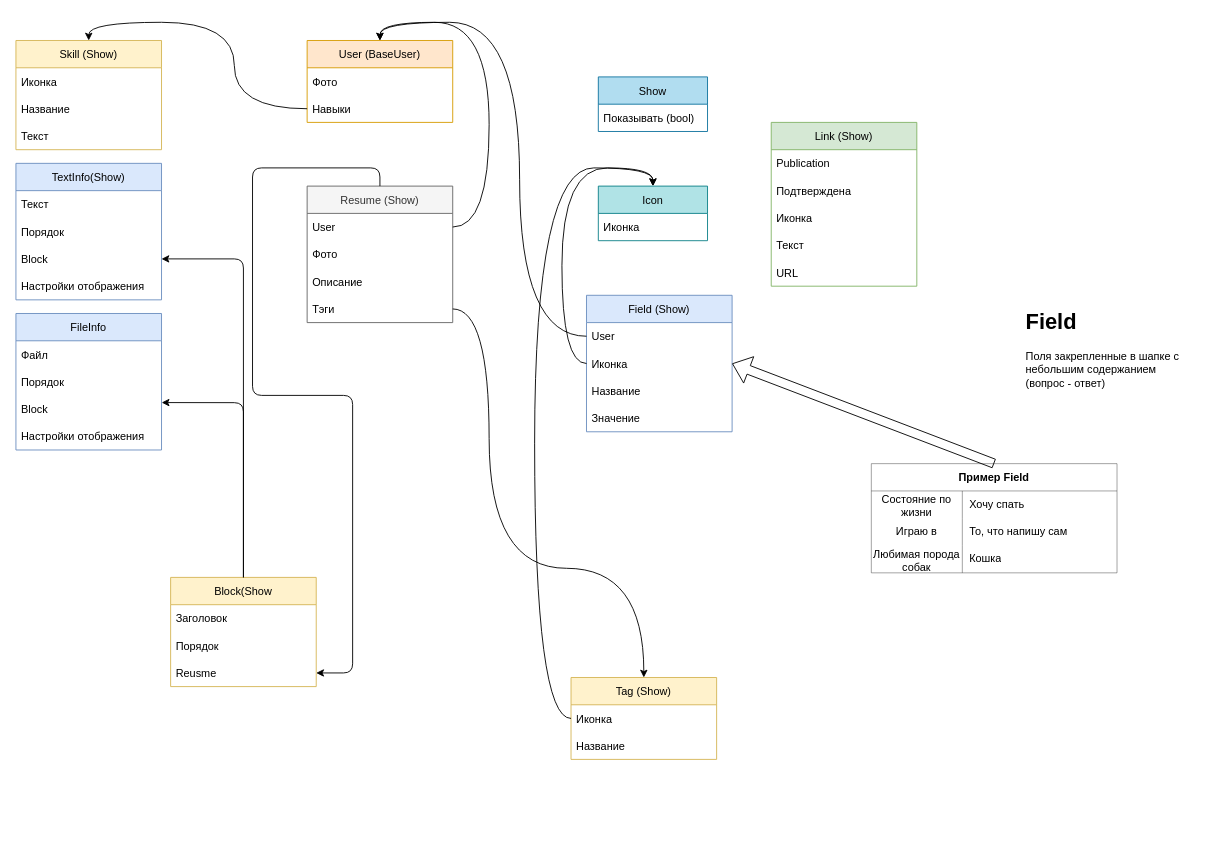
The draw.io diagram page "Page-4" (4 of 4) of db.drawio in YandexLyceumPP/Resume, before the edit. Source tidied: cells renumbered, new cells numbered last; positions are measured from the earlier drawing's top-left corner, leaving out a move shared by most shapes. Both pictures are drawn from the tidied source at 91%, with x=0, y=0 at pixel (15, 22).
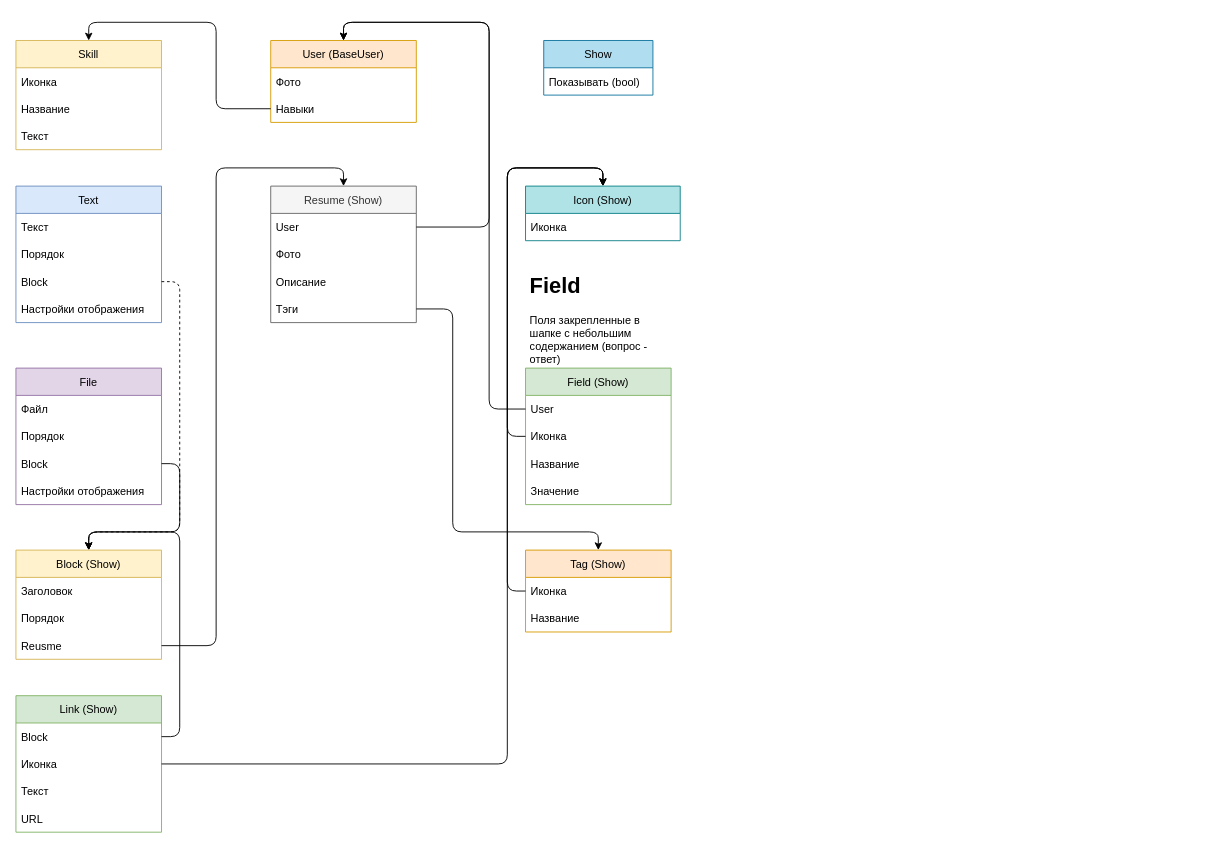
After the change.

The change refers to these unchanged cells:
```xml
<mxCell id="4" value="Навыки" style="text;strokeColor=none;fillColor=none;align=left;verticalAlign=middle;spacingLeft=4;spacingRight=4;overflow=hidden;points=[[0,0.5],[1,0.5]];portConstraint=eastwest;" parent="2" vertex="1">
  <mxGeometry y="60" width="160" height="30" as="geometry" />
</mxCell>
<mxCell id="14" value="User" style="text;strokeColor=none;fillColor=none;align=left;verticalAlign=middle;spacingLeft=4;spacingRight=4;overflow=hidden;points=[[0,0.5],[1,0.5]];portConstraint=eastwest;" parent="13" vertex="1">
  <mxGeometry y="30" width="160" height="30" as="geometry" />
</mxCell>
<mxCell id="15" value="Иконка" style="text;strokeColor=none;fillColor=none;align=left;verticalAlign=middle;spacingLeft=4;spacingRight=4;overflow=hidden;points=[[0,0.5],[1,0.5]];portConstraint=eastwest;" parent="13" vertex="1">
  <mxGeometry y="60" width="160" height="30" as="geometry" />
</mxCell>
<mxCell id="37" value="Иконка" style="text;strokeColor=none;fillColor=none;align=left;verticalAlign=middle;spacingLeft=4;spacingRight=4;overflow=hidden;points=[[0,0.5],[1,0.5]];portConstraint=eastwest;" parent="36" vertex="1">
  <mxGeometry y="30" width="160" height="30" as="geometry" />
</mxCell>
<mxCell id="40" value="User" style="text;strokeColor=none;fillColor=none;align=left;verticalAlign=middle;spacingLeft=4;spacingRight=4;overflow=hidden;points=[[0,0.5],[1,0.5]];portConstraint=eastwest;" parent="39" vertex="1">
  <mxGeometry y="30" width="160" height="30" as="geometry" />
</mxCell>
<mxCell id="43" value="Тэги" style="text;strokeColor=none;fillColor=none;align=left;verticalAlign=middle;spacingLeft=4;spacingRight=4;overflow=hidden;points=[[0,0.5],[1,0.5]];portConstraint=eastwest;" parent="39" vertex="1">
  <mxGeometry y="120" width="160" height="30" as="geometry" />
</mxCell>
<mxCell id="53" value="Reusme" style="text;strokeColor=none;fillColor=none;align=left;verticalAlign=middle;spacingLeft=4;spacingRight=4;overflow=hidden;points=[[0,0.5],[1,0.5]];portConstraint=eastwest;" parent="50" vertex="1">
  <mxGeometry y="90" width="160" height="30" as="geometry" />
</mxCell>
<mxCell id="57" value="Block" style="text;strokeColor=none;fillColor=none;align=left;verticalAlign=middle;spacingLeft=4;spacingRight=4;overflow=hidden;points=[[0,0.5],[1,0.5]];portConstraint=eastwest;" parent="54" vertex="1">
  <mxGeometry y="90" width="160" height="30" as="geometry" />
</mxCell>
<mxCell id="62" value="Block" style="text;strokeColor=none;fillColor=none;align=left;verticalAlign=middle;spacingLeft=4;spacingRight=4;overflow=hidden;points=[[0,0.5],[1,0.5]];portConstraint=eastwest;" parent="59" vertex="1">
  <mxGeometry y="90" width="160" height="30" as="geometry" />
</mxCell>
```

Diff of the diagram source:
```diff
@@
     <mxCell id="2" value="User (BaseUser)" style="swimlane;fontStyle=0;horizontal=1;startSize=30;fillColor=#ffe6cc;strokeColor=#d79b00;" parent="1" vertex="1">
-      <mxGeometry x="320" y="20" width="160" height="90" as="geometry" />
+      <mxGeometry x="280" y="20" width="160" height="90" as="geometry" />
     </mxCell>
@@
     <mxCell id="5" value="Link (Show)" style="swimlane;fontStyle=0;horizontal=1;startSize=30;fillColor=#d5e8d4;strokeColor=#82b366;" parent="1" vertex="1">
-      <mxGeometry x="830" y="110" width="160" height="180" as="geometry" />
+      <mxGeometry y="740" width="160" height="150" as="geometry" />
     </mxCell>
-    <mxCell id="6" value="Publication" style="text;strokeColor=none;fillColor=none;align=left;verticalAlign=middle;spacingLeft=4;spacingRight=4;overflow=hidden;points=[[0,0.5],[1,0.5]];portConstraint=eastwest;" parent="5" vertex="1">
+    <mxCell id="6" value="Block" style="text;strokeColor=none;fillColor=none;align=left;verticalAlign=middle;spacingLeft=4;spacingRight=4;overflow=hidden;points=[[0,0.5],[1,0.5]];portConstraint=eastwest;" parent="5" vertex="1">
       <mxGeometry y="30" width="160" height="30" as="geometry" />
     </mxCell>
-    <mxCell id="7" value="Подтверждена " style="text;strokeColor=none;fillColor=none;align=left;verticalAlign=middle;spacingLeft=4;spacingRight=4;overflow=hidden;" parent="5" vertex="1">
-      <mxGeometry y="60" width="160" height="30" as="geometry" />
-    </mxCell>
     <mxCell id="8" value="Иконка" style="text;strokeColor=none;fillColor=none;align=left;verticalAlign=middle;spacingLeft=4;spacingRight=4;overflow=hidden;points=[[0,0.5],[1,0.5]];portConstraint=eastwest;" parent="5" vertex="1">
-      <mxGeometry y="90" width="160" height="30" as="geometry" />
+      <mxGeometry y="60" width="160" height="30" as="geometry" />
     </mxCell>
     <mxCell id="9" value="Текст" style="text;strokeColor=none;fillColor=none;align=left;verticalAlign=middle;spacingLeft=4;spacingRight=4;overflow=hidden;" parent="5" vertex="1">
-      <mxGeometry y="120" width="160" height="30" as="geometry" />
+      <mxGeometry y="90" width="160" height="30" as="geometry" />
     </mxCell>
     <mxCell id="10" value="URL" style="text;strokeColor=none;fillColor=none;align=left;verticalAlign=middle;spacingLeft=4;spacingRight=4;overflow=hidden;" parent="5" vertex="1">
-      <mxGeometry y="150" width="160" height="30" as="geometry" />
+      <mxGeometry y="120" width="160" height="30" as="geometry" />
     </mxCell>
     <mxCell id="11" value="Show" style="swimlane;fontStyle=0;horizontal=1;startSize=30;fillColor=#b1ddf0;strokeColor=#10739e;" parent="1" vertex="1">
-      <mxGeometry x="640" y="60" width="120" height="60" as="geometry" />
+      <mxGeometry x="580" y="20" width="120" height="60" as="geometry" />
     </mxCell>
@@
-    <mxCell id="13" value="Field (Show)" style="swimlane;fontStyle=0;horizontal=1;startSize=30;fillColor=#dae8fc;strokeColor=#6c8ebf;" parent="1" vertex="1">
-      <mxGeometry x="627" y="300" width="160" height="150" as="geometry" />
+    <mxCell id="13" value="Field (Show)" style="swimlane;fontStyle=0;horizontal=1;startSize=30;fillColor=#d5e8d4;strokeColor=#82b366;" parent="1" vertex="1">
+      <mxGeometry x="560" y="380" width="160" height="150" as="geometry" />
     </mxCell>
@@
-    <mxCell id="18" style="edgeStyle=orthogonalEdgeStyle;curved=1;rounded=0;jettySize=auto;html=1;exitX=0;exitY=0.5;exitDx=0;exitDy=0;entryX=0.5;entryY=0;entryDx=0;entryDy=0;fontFamily=Helvetica;fontSize=12;" parent="1" edge="1" source="14" target="2">
-      <mxGeometry relative="1" as="geometry" />
+    <mxCell id="18" style="edgeStyle=orthogonalEdgeStyle;rounded=1;jettySize=auto;html=1;exitX=0;exitY=0.5;exitDx=0;exitDy=0;entryX=0.5;entryY=0;entryDx=0;entryDy=0;fontFamily=Helvetica;fontSize=12;" parent="1" edge="1" source="14" target="2">
+      <mxGeometry relative="1" as="geometry">
+        <Array as="points">
+          <mxPoint x="520" y="425" />
+          <mxPoint x="520" />
+          <mxPoint x="360" />
+        </Array>
+      </mxGeometry>
     </mxCell>
-    <mxCell id="19" value="Пример Field" style="shape=table;startSize=30;childLayout=tableLayout;rowLines=0;fontStyle=1;fontFamily=Helvetica;fontSize=12;opacity=40;" parent="1" vertex="1">
-      <mxGeometry x="940" y="485" width="270" height="120" as="geometry" />
-    </mxCell>
-    <mxCell id="20" style="shape=tableRow;horizontal=0;startSize=0;swimlaneHead=0;swimlaneBody=0;top=0;left=0;bottom=0;right=0;fillColor=none;fontFamily=Helvetica;fontSize=12;opacity=40;" parent="19" vertex="1">
-      <mxGeometry y="30" width="270" height="30" as="geometry" />
-    </mxCell>
-    <mxCell id="21" value="Состояние по жизни" style="shape=partialRectangle;html=1;whiteSpace=wrap;fillColor=none;top=0;left=0;bottom=0;right=0;overflow=hidden;fontFamily=Helvetica;fontSize=12;opacity=40;" parent="20" vertex="1">
-      <mxGeometry width="100" height="30" as="geometry" />
-    </mxCell>
-    <mxCell id="22" value="Хочу спать" style="shape=partialRectangle;html=1;whiteSpace=wrap;fillColor=none;top=0;left=0;bottom=0;right=0;align=left;spacingLeft=6;overflow=hidden;fontFamily=Helvetica;fontSize=12;opacity=40;" parent="20" vertex="1">
-      <mxGeometry x="100" width="170" height="30" as="geometry" />
-    </mxCell>
-    <mxCell id="23" style="shape=tableRow;horizontal=0;startSize=0;swimlaneHead=0;swimlaneBody=0;top=0;left=0;bottom=0;right=0;fillColor=none;fontFamily=Helvetica;fontSize=12;opacity=40;" parent="19" vertex="1">
-      <mxGeometry y="60" width="270" height="30" as="geometry" />
-    </mxCell>
-    <mxCell id="24" value="Играю в" style="shape=partialRectangle;html=1;whiteSpace=wrap;fillColor=none;top=0;left=0;bottom=0;right=0;overflow=hidden;fontFamily=Helvetica;fontSize=12;opacity=40;" parent="23" vertex="1">
-      <mxGeometry width="100" height="30" as="geometry" />
-    </mxCell>
-    <mxCell id="25" value="То, что напишу сам" style="shape=partialRectangle;html=1;whiteSpace=wrap;fillColor=none;top=0;left=0;bottom=0;right=0;align=left;spacingLeft=6;overflow=hidden;fontFamily=Helvetica;fontSize=12;opacity=40;" parent="23" vertex="1">
-      <mxGeometry x="100" width="170" height="30" as="geometry" />
-    </mxCell>
-    <mxCell id="26" style="shape=tableRow;horizontal=0;startSize=0;swimlaneHead=0;swimlaneBody=0;top=0;left=0;bottom=0;right=0;fillColor=none;fontFamily=Helvetica;fontSize=12;opacity=40;" parent="19" vertex="1">
-      <mxGeometry y="90" width="270" height="30" as="geometry" />
-    </mxCell>
-    <mxCell id="27" value="Любимая порода собак" style="shape=partialRectangle;html=1;whiteSpace=wrap;fillColor=none;top=0;left=0;bottom=0;right=0;overflow=hidden;fontFamily=Helvetica;fontSize=12;opacity=40;" parent="26" vertex="1">
-      <mxGeometry width="100" height="30" as="geometry" />
-    </mxCell>
-    <mxCell id="28" value="Кошка" style="shape=partialRectangle;html=1;whiteSpace=wrap;fillColor=none;top=0;left=0;bottom=0;right=0;align=left;spacingLeft=6;overflow=hidden;fontFamily=Helvetica;fontSize=12;opacity=40;" parent="26" vertex="1">
-      <mxGeometry x="100" width="170" height="30" as="geometry" />
-    </mxCell>
-    <mxCell id="29" style="shape=flexArrow;endArrow=classic;html=1;rounded=0;fontFamily=Helvetica;fontSize=12;curved=1;exitX=0.5;exitY=0;exitDx=0;exitDy=0;entryX=1;entryY=0.5;entryDx=0;entryDy=0;" parent="1" edge="1" source="19" target="15">
-      <mxGeometry relative="1" as="geometry" />
-    </mxCell>
     <mxCell id="30" value="&lt;h1&gt;&lt;span style=&quot;text-align: center&quot;&gt;&lt;font style=&quot;font-size: 24px&quot;&gt;Field&lt;/font&gt;&lt;/span&gt;&lt;br&gt;&lt;/h1&gt;&lt;p&gt;Поля закрепленные в шапке с небольшим содержанием (вопрос - ответ)&lt;/p&gt;" style="text;html=1;strokeColor=none;fillColor=none;spacing=5;spacingTop=-20;whiteSpace=wrap;overflow=hidden;rounded=0;fontFamily=Helvetica;fontSize=12;opacity=40;" parent="1" vertex="1">
-      <mxGeometry x="1105" y="310" width="190" height="120" as="geometry" />
+      <mxGeometry x="560" y="270" width="160" height="110" as="geometry" />
     </mxCell>
-    <mxCell id="31" value="Skill (Show)" style="swimlane;fontStyle=0;horizontal=1;startSize=30;fillColor=#fff2cc;strokeColor=#d6b656;" parent="1" vertex="1">
+    <mxCell id="31" value="Skill" style="swimlane;fontStyle=0;horizontal=1;startSize=30;fillColor=#fff2cc;strokeColor=#d6b656;" parent="1" vertex="1">
       <mxGeometry y="20" width="160" height="120" as="geometry" />
     </mxCell>
@@
-    <mxCell id="35" style="edgeStyle=orthogonalEdgeStyle;curved=1;rounded=0;jettySize=auto;html=1;exitX=0;exitY=0.5;exitDx=0;exitDy=0;entryX=0.5;entryY=0;entryDx=0;entryDy=0;fontFamily=Helvetica;fontSize=24;" parent="1" edge="1" source="4" target="31">
+    <mxCell id="35" style="edgeStyle=orthogonalEdgeStyle;rounded=1;jettySize=auto;html=1;exitX=0;exitY=0.5;exitDx=0;exitDy=0;entryX=0.5;entryY=0;entryDx=0;entryDy=0;fontFamily=Helvetica;fontSize=24;" parent="1" edge="1" source="4" target="31">
       <mxGeometry relative="1" as="geometry" />
     </mxCell>
-    <mxCell id="36" value="Tag (Show)" style="swimlane;fontStyle=0;horizontal=1;startSize=30;fillColor=#fff2cc;strokeColor=#d6b656;" parent="1" vertex="1">
-      <mxGeometry x="610" y="720" width="160" height="90" as="geometry" />
+    <mxCell id="36" value="Tag (Show)" style="swimlane;fontStyle=0;horizontal=1;startSize=30;fillColor=#ffe6cc;strokeColor=#d79b00;" parent="1" vertex="1">
+      <mxGeometry x="560" y="580" width="160" height="90" as="geometry" />
     </mxCell>
@@
     <mxCell id="39" value="Resume (Show)" style="swimlane;fontStyle=0;horizontal=1;startSize=30;fillColor=#f5f5f5;strokeColor=#666666;fontColor=#333333;" parent="1" vertex="1">
-      <mxGeometry x="320" y="180" width="160" height="150" as="geometry" />
+      <mxGeometry x="280" y="180" width="160" height="150" as="geometry" />
     </mxCell>
@@
-    <mxCell id="44" style="edgeStyle=orthogonalEdgeStyle;rounded=0;jettySize=auto;html=1;exitX=1;exitY=0.5;exitDx=0;exitDy=0;entryX=0.5;entryY=0;entryDx=0;entryDy=0;elbow=vertical;curved=1;" parent="1" edge="1" source="40" target="2">
+    <mxCell id="44" style="edgeStyle=orthogonalEdgeStyle;rounded=1;jettySize=auto;html=1;exitX=1;exitY=0.5;exitDx=0;exitDy=0;entryX=0.5;entryY=0;entryDx=0;entryDy=0;elbow=vertical;" parent="1" edge="1" source="40" target="2">
       <mxGeometry relative="1" as="geometry">
         <Array as="points">
           <mxPoint x="520" y="225" />
           <mxPoint x="520" />
-          <mxPoint x="400" />
+          <mxPoint x="360" />
         </Array>
       </mxGeometry>
     </mxCell>
-    <mxCell id="45" style="edgeStyle=orthogonalEdgeStyle;curved=1;rounded=0;jettySize=auto;html=1;exitX=1;exitY=0.5;exitDx=0;exitDy=0;entryX=0.5;entryY=0;entryDx=0;entryDy=0;elbow=vertical;" parent="1" edge="1" source="43" target="36">
+    <mxCell id="45" style="edgeStyle=orthogonalEdgeStyle;rounded=1;jettySize=auto;html=1;exitX=1;exitY=0.5;exitDx=0;exitDy=0;entryX=0.5;entryY=0;entryDx=0;entryDy=0;elbow=vertical;" parent="1" edge="1" source="43" target="36">
       <mxGeometry relative="1" as="geometry">
         <Array as="points">
-          <mxPoint x="520" y="315" />
-          <mxPoint x="520" y="600" />
-          <mxPoint x="690" y="600" />
+          <mxPoint x="480" y="315" />
+          <mxPoint x="480" y="560" />
+          <mxPoint x="640" y="560" />
         </Array>
       </mxGeometry>
     </mxCell>
-    <mxCell id="46" value="Icon" style="swimlane;fontStyle=0;horizontal=1;startSize=30;fillColor=#b0e3e6;strokeColor=#0e8088;" parent="1" vertex="1">
-      <mxGeometry x="640" y="180" width="120" height="60" as="geometry" />
+    <mxCell id="46" value="Icon (Show)" style="swimlane;fontStyle=0;horizontal=1;startSize=30;fillColor=#b0e3e6;strokeColor=#0e8088;" parent="1" vertex="1">
+      <mxGeometry x="560" y="180" width="170" height="60" as="geometry" />
     </mxCell>
     <mxCell id="47" value="Иконка" style="text;align=left;verticalAlign=middle;spacingLeft=4;spacingRight=4;overflow=hidden;" parent="46" vertex="1">
-      <mxGeometry y="30" width="120" height="30" as="geometry" />
+      <mxGeometry y="30" width="170" height="30" as="geometry" />
     </mxCell>
-    <mxCell id="48" style="edgeStyle=orthogonalEdgeStyle;curved=1;rounded=0;jettySize=auto;html=1;exitX=0;exitY=0.5;exitDx=0;exitDy=0;entryX=0.5;entryY=0;entryDx=0;entryDy=0;elbow=vertical;" parent="1" edge="1" source="15" target="46">
-      <mxGeometry relative="1" as="geometry">
-        <Array as="points">
-          <mxPoint x="600" y="375" />
-          <mxPoint x="600" y="160" />
-          <mxPoint x="700" y="160" />
-        </Array>
-      </mxGeometry>
-    </mxCell>
-    <mxCell id="49" style="edgeStyle=orthogonalEdgeStyle;curved=1;rounded=0;jettySize=auto;html=1;exitX=0;exitY=0.5;exitDx=0;exitDy=0;entryX=0.5;entryY=0;entryDx=0;entryDy=0;elbow=vertical;" parent="1" edge="1" source="37" target="46">
-      <mxGeometry relative="1" as="geometry">
-        <Array as="points">
-          <mxPoint x="570" y="765" />
-          <mxPoint x="570" y="160" />
-          <mxPoint x="700" y="160" />
-        </Array>
-      </mxGeometry>
-    </mxCell>
-    <mxCell id="50" value="Block(Show" style="swimlane;fontStyle=0;horizontal=1;startSize=30;fillColor=#fff2cc;strokeColor=#d6b656;" parent="1" vertex="1">
-      <mxGeometry x="170" y="610" width="160" height="120" as="geometry" />
+    <mxCell id="50" value="Block (Show)" style="swimlane;fontStyle=0;horizontal=1;startSize=30;fillColor=#fff2cc;strokeColor=#d6b656;" parent="1" vertex="1">
+      <mxGeometry y="580" width="160" height="120" as="geometry" />
     </mxCell>
@@
-    <mxCell id="54" value="TextInfo(Show)" style="swimlane;fontStyle=0;horizontal=1;startSize=30;fillColor=#dae8fc;strokeColor=#6c8ebf;" parent="1" vertex="1">
-      <mxGeometry y="155" width="160" height="150" as="geometry" />
+    <mxCell id="54" value="Text" style="swimlane;fontStyle=0;horizontal=1;startSize=30;fillColor=#dae8fc;strokeColor=#6c8ebf;" parent="1" vertex="1">
+      <mxGeometry y="180" width="160" height="150" as="geometry" />
     </mxCell>
@@
-    <mxCell id="59" value="FileInfo" style="swimlane;fontStyle=0;horizontal=1;startSize=30;fillColor=#dae8fc;strokeColor=#6c8ebf;" parent="1" vertex="1">
-      <mxGeometry y="320" width="160" height="150" as="geometry" />
+    <mxCell id="59" value="File" style="swimlane;fontStyle=0;horizontal=1;startSize=30;fillColor=#e1d5e7;strokeColor=#9673a6;" parent="1" vertex="1">
+      <mxGeometry y="380" width="160" height="150" as="geometry" />
     </mxCell>
@@
-    <mxCell id="64" style="jettySize=auto;html=1;exitX=0.5;exitY=0;exitDx=0;exitDy=0;entryX=1;entryY=0.5;entryDx=0;entryDy=0;elbow=vertical;edgeStyle=orthogonalEdgeStyle;" parent="1" edge="1" source="39" target="53">
-      <mxGeometry relative="1" as="geometry">
-        <Array as="points">
-          <mxPoint x="400" y="160" />
-          <mxPoint x="260" y="160" />
-          <mxPoint x="260" y="410" />
-          <mxPoint x="370" y="410" />
-          <mxPoint x="370" y="715" />
-        </Array>
-      </mxGeometry>
-    </mxCell>
-    <mxCell id="65" style="endArrow=classic;html=1;exitX=0.5;exitY=0;exitDx=0;exitDy=0;entryX=1.001;entryY=0.263;entryDx=0;entryDy=0;entryPerimeter=0;" parent="1" edge="1" source="50" target="62">
-      <mxGeometry relative="1" as="geometry">
-        <Array as="points">
-          <mxPoint x="250" y="418" />
-        </Array>
-      </mxGeometry>
-    </mxCell>
-    <mxCell id="66" style="endArrow=classic;html=1;exitX=0.5;exitY=0;exitDx=0;exitDy=0;entryX=1;entryY=0.5;entryDx=0;entryDy=0;" parent="1" edge="1" target="57">
-      <mxGeometry relative="1" as="geometry">
-        <mxPoint x="250" y="610" as="sourcePoint" />
-        <Array as="points">
-          <mxPoint x="250" y="260" />
-        </Array>
-      </mxGeometry>
-    </mxCell>
+    <mxCell id="67" style="edgeStyle=orthogonalEdgeStyle;rounded=1;jettySize=auto;html=1;exitX=1;exitY=0.5;exitDx=0;exitDy=0;entryX=0.5;entryY=0;entryDx=0;entryDy=0;" parent="1" edge="1" source="62" target="50">
+      <mxGeometry relative="1" as="geometry">
+        <Array as="points">
+          <mxPoint x="180" y="485" />
+          <mxPoint x="180" y="560" />
+          <mxPoint x="80" y="560" />
+        </Array>
+      </mxGeometry>
+    </mxCell>
+    <mxCell id="68" style="edgeStyle=orthogonalEdgeStyle;rounded=1;jettySize=auto;html=1;exitX=1;exitY=0.5;exitDx=0;exitDy=0;entryX=0.5;entryY=0;entryDx=0;entryDy=0;dashed=1;" parent="1" edge="1" source="57" target="50">
+      <mxGeometry relative="1" as="geometry">
+        <Array as="points">
+          <mxPoint x="180" y="285" />
+          <mxPoint x="180" y="560" />
+          <mxPoint x="80" y="560" />
+        </Array>
+      </mxGeometry>
+    </mxCell>
+    <mxCell id="69" style="edgeStyle=orthogonalEdgeStyle;jettySize=auto;html=1;exitX=1;exitY=0.5;exitDx=0;exitDy=0;entryX=0.5;entryY=0;entryDx=0;entryDy=0;rounded=1;" parent="1" edge="1" source="6" target="50">
+      <mxGeometry relative="1" as="geometry" />
+    </mxCell>
+    <mxCell id="70" style="edgeStyle=orthogonalEdgeStyle;rounded=1;jettySize=auto;html=1;exitX=1;exitY=0.5;exitDx=0;exitDy=0;entryX=0.5;entryY=0;entryDx=0;entryDy=0;" parent="1" edge="1" source="53" target="39">
+      <mxGeometry relative="1" as="geometry" />
+    </mxCell>
+    <mxCell id="49" style="edgeStyle=orthogonalEdgeStyle;rounded=1;jettySize=auto;html=1;exitX=0;exitY=0.5;exitDx=0;exitDy=0;entryX=0.5;entryY=0;entryDx=0;entryDy=0;" parent="1" edge="1" source="37" target="46">
+      <mxGeometry relative="1" as="geometry" />
+    </mxCell>
+    <mxCell id="48" style="edgeStyle=orthogonalEdgeStyle;rounded=1;jettySize=auto;html=1;exitX=0;exitY=0.5;exitDx=0;exitDy=0;entryX=0.5;entryY=0;entryDx=0;entryDy=0;" parent="1" edge="1" source="15" target="46">
+      <mxGeometry relative="1" as="geometry" />
+    </mxCell>
+    <mxCell id="71" style="edgeStyle=orthogonalEdgeStyle;rounded=1;jettySize=auto;html=1;exitX=1;exitY=0.5;exitDx=0;exitDy=0;entryX=0.5;entryY=0;entryDx=0;entryDy=0;" parent="1" edge="1" source="8" target="46">
+      <mxGeometry relative="1" as="geometry">
+        <Array as="points">
+          <mxPoint x="540" y="815" />
+          <mxPoint x="540" y="160" />
+          <mxPoint x="645" y="160" />
+        </Array>
+      </mxGeometry>
+    </mxCell>
```
